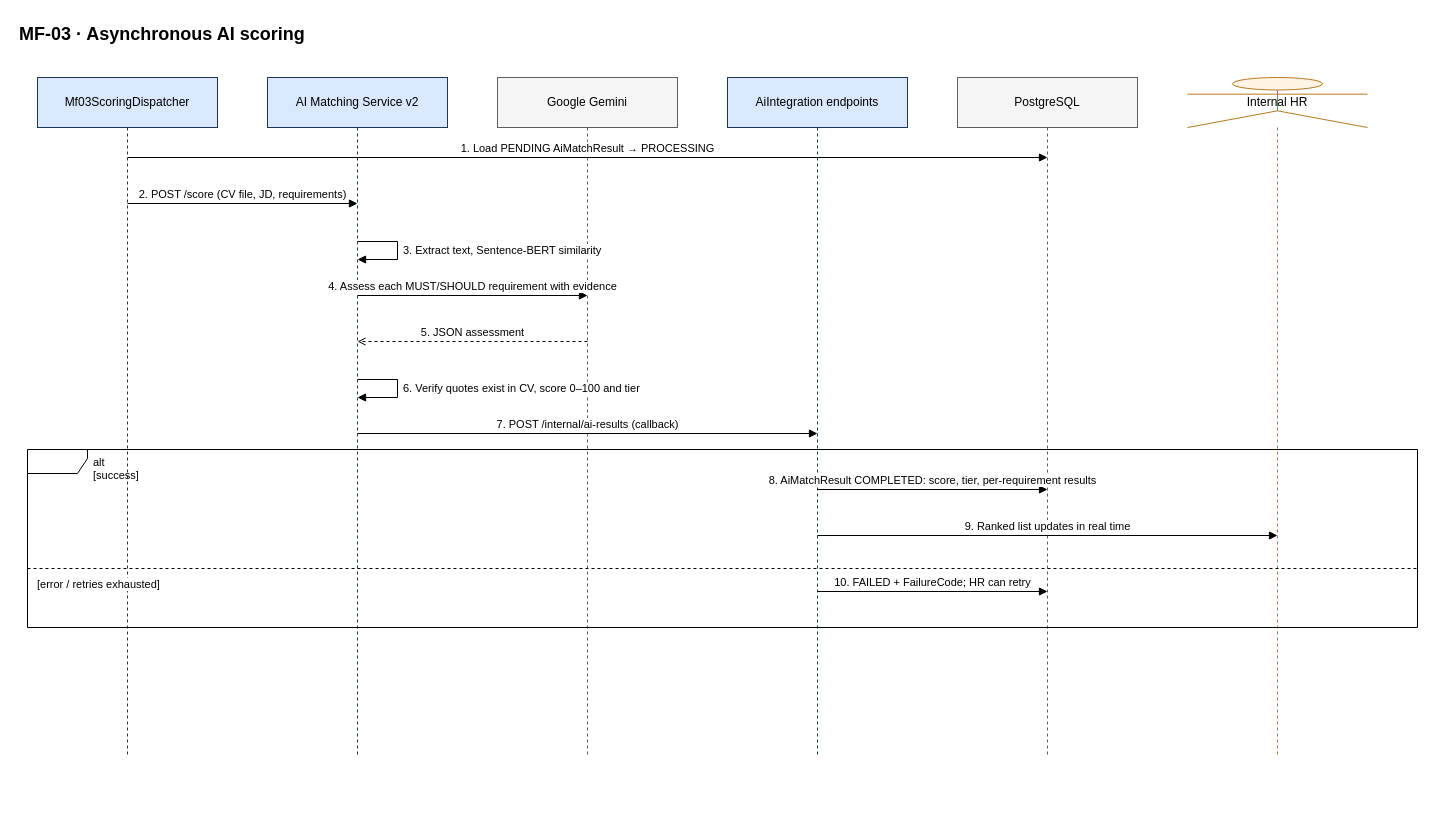
Before: docs/diagrams/sequences/source/seq-mf03-ai-scoring.drawio in hoangqui794/hr-connect, a draw.io diagram. Source tidied: cells renumbered, new cells numbered last; positions are measured from the earlier drawing's top-left corner, leaving out a move shared by most shapes. Both pictures are drawn from the tidied source at 100%, with x=0, y=0 at pixel (17, 17).
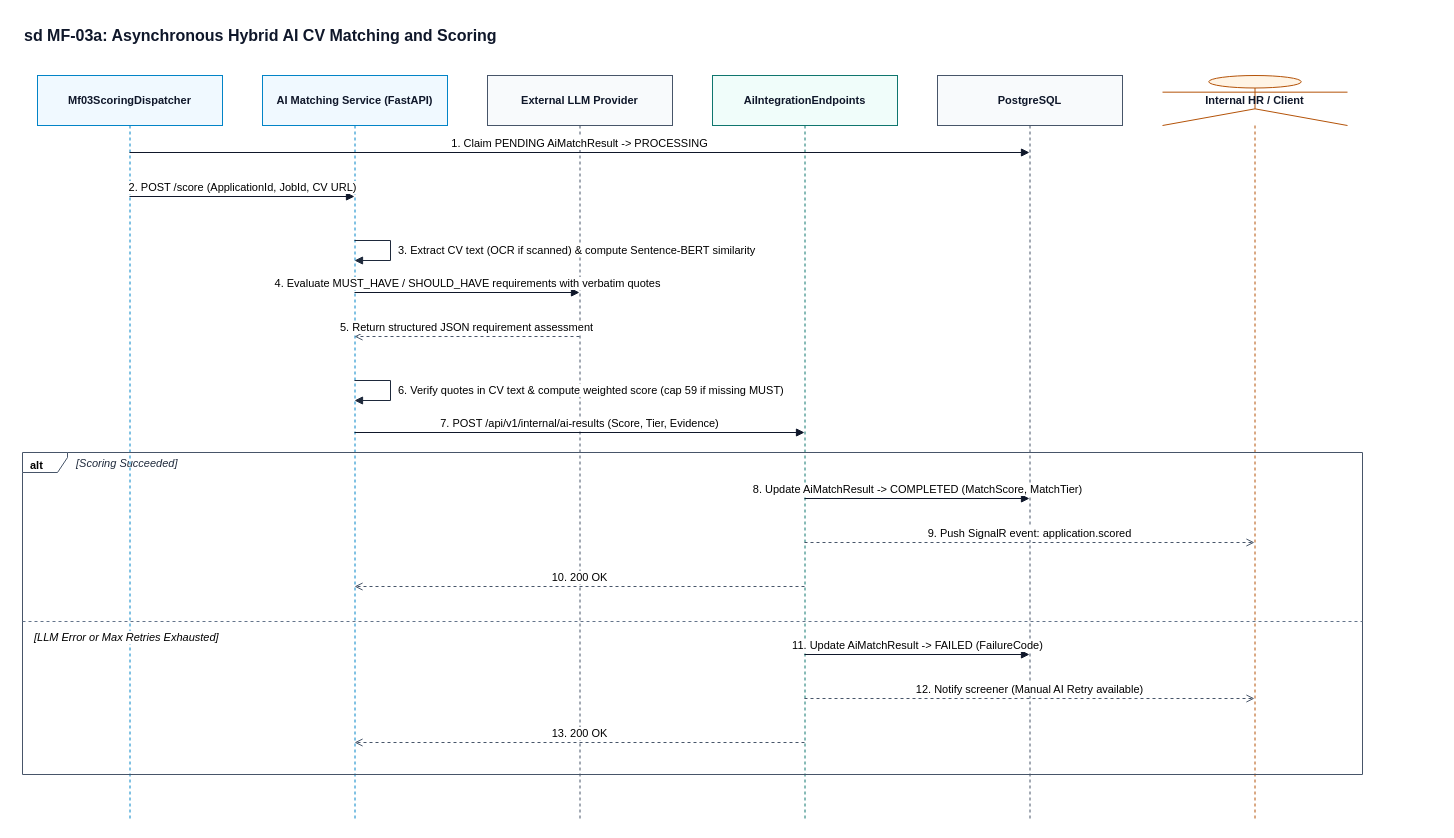
The same page after the edit.

What changed in the source:
```diff
@@
-    <mxCell id="2" value="MF-03 · Asynchronous AI scoring" style="text;html=1;fontSize=18;fontStyle=1;align=left;" parent="1" vertex="1">
-      <mxGeometry width="1420" height="30" as="geometry" />
+    <mxCell id="2" value="sd MF-03a: Asynchronous Hybrid AI CV Matching and Scoring" style="text;html=1;fontSize=16;fontStyle=1;align=left;fontFamily=Helvetica;fontColor=#0F172A;" parent="1" vertex="1">
+      <mxGeometry x="5" y="2" width="1350" height="28" as="geometry" />
     </mxCell>
-    <mxCell id="3" value="Mf03ScoringDispatcher" style="shape=umlLifeline;perimeter=lifelinePerimeter;whiteSpace=wrap;html=1;size=50;fillColor=#DAE8FC;strokeColor=#1B365D;" parent="1" vertex="1">
-      <mxGeometry x="20" y="60" width="180" height="678" as="geometry" />
+    <mxCell id="3" value="Mf03ScoringDispatcher" style="shape=umlLifeline;perimeter=lifelinePerimeter;whiteSpace=wrap;html=1;size=50;fillColor=#F0F9FF;strokeColor=#0284C7;fontStyle=1;fontSize=11;fontFamily=Helvetica;fontColor=#0F172A;" parent="1" vertex="1">
+      <mxGeometry x="20" y="58" width="185" height="745" as="geometry" />
     </mxCell>
-    <mxCell id="4" value="AI Matching Service v2" style="shape=umlLifeline;perimeter=lifelinePerimeter;whiteSpace=wrap;html=1;size=50;fillColor=#DAE8FC;strokeColor=#1B365D;" parent="1" vertex="1">
-      <mxGeometry x="250" y="60" width="180" height="678" as="geometry" />
+    <mxCell id="4" value="AI Matching Service (FastAPI)" style="shape=umlLifeline;perimeter=lifelinePerimeter;whiteSpace=wrap;html=1;size=50;fillColor=#F0F9FF;strokeColor=#0284C7;fontStyle=1;fontSize=11;fontFamily=Helvetica;fontColor=#0F172A;" parent="1" vertex="1">
+      <mxGeometry x="245" y="58" width="185" height="745" as="geometry" />
     </mxCell>
-    <mxCell id="5" value="Google Gemini" style="shape=umlLifeline;perimeter=lifelinePerimeter;whiteSpace=wrap;html=1;size=50;fillColor=#F5F5F5;strokeColor=#5F5E5A;" parent="1" vertex="1">
-      <mxGeometry x="480" y="60" width="180" height="678" as="geometry" />
+    <mxCell id="5" value="External LLM Provider" style="shape=umlLifeline;perimeter=lifelinePerimeter;whiteSpace=wrap;html=1;size=50;fillColor=#F8FAFC;strokeColor=#475569;fontStyle=1;fontSize=11;fontFamily=Helvetica;fontColor=#0F172A;" parent="1" vertex="1">
+      <mxGeometry x="470" y="58" width="185" height="745" as="geometry" />
     </mxCell>
-    <mxCell id="6" value="AiIntegration endpoints" style="shape=umlLifeline;perimeter=lifelinePerimeter;whiteSpace=wrap;html=1;size=50;fillColor=#DAE8FC;strokeColor=#1B365D;" parent="1" vertex="1">
-      <mxGeometry x="710" y="60" width="180" height="678" as="geometry" />
+    <mxCell id="6" value="AiIntegrationEndpoints" style="shape=umlLifeline;perimeter=lifelinePerimeter;whiteSpace=wrap;html=1;size=50;fillColor=#F0FDFA;strokeColor=#0F766E;fontStyle=1;fontSize=11;fontFamily=Helvetica;fontColor=#0F172A;" parent="1" vertex="1">
+      <mxGeometry x="695" y="58" width="185" height="745" as="geometry" />
     </mxCell>
-    <mxCell id="7" value="PostgreSQL" style="shape=umlLifeline;perimeter=lifelinePerimeter;whiteSpace=wrap;html=1;size=50;fillColor=#F5F5F5;strokeColor=#5F5E5A;" parent="1" vertex="1">
-      <mxGeometry x="940" y="60" width="180" height="678" as="geometry" />
+    <mxCell id="7" value="PostgreSQL" style="shape=umlLifeline;perimeter=lifelinePerimeter;whiteSpace=wrap;html=1;size=50;fillColor=#F8FAFC;strokeColor=#475569;fontStyle=1;fontSize=11;fontFamily=Helvetica;fontColor=#0F172A;" parent="1" vertex="1">
+      <mxGeometry x="920" y="58" width="185" height="745" as="geometry" />
     </mxCell>
-    <mxCell id="8" value="Internal HR" style="shape=umlLifeline;participant=umlActor;perimeter=lifelinePerimeter;whiteSpace=wrap;html=1;size=50;fillColor=#FFF4E5;strokeColor=#B7791F;" parent="1" vertex="1">
-      <mxGeometry x="1170" y="60" width="180" height="678" as="geometry" />
+    <mxCell id="8" value="Internal HR / Client" style="shape=umlLifeline;participant=umlActor;perimeter=lifelinePerimeter;whiteSpace=wrap;html=1;size=50;fillColor=#FFF4E5;strokeColor=#B45309;fontStyle=1;fontSize=11;fontFamily=Helvetica;fontColor=#0F172A;" parent="1" vertex="1">
+      <mxGeometry x="1145" y="58" width="185" height="745" as="geometry" />
     </mxCell>
-    <mxCell id="9" value="1. Load PENDING AiMatchResult → PROCESSING" style="html=1;verticalAlign=bottom;endArrow=block;endFill=1;fontSize=11;labelBackgroundColor=#FFFFFF;" parent="1" edge="1">
-      <mxGeometry relative="1" as="geometry">
-        <mxPoint x="110" y="140" as="sourcePoint" />
-        <mxPoint x="1030" y="140" as="targetPoint" />
-      </mxGeometry>
-    </mxCell>
-    <mxCell id="10" value="2. POST /score (CV file, JD, requirements)" style="html=1;verticalAlign=bottom;endArrow=block;endFill=1;fontSize=11;labelBackgroundColor=#FFFFFF;" parent="1" edge="1">
-      <mxGeometry relative="1" as="geometry">
-        <mxPoint x="110" y="186" as="sourcePoint" />
-        <mxPoint x="340" y="186" as="targetPoint" />
-      </mxGeometry>
-    </mxCell>
-    <mxCell id="11" value="3. Extract text, Sentence-BERT similarity" style="html=1;align=left;spacingLeft=4;endArrow=block;endFill=1;edgeStyle=orthogonalEdgeStyle;rounded=0;fontSize=11;" parent="1" edge="1">
-      <mxGeometry relative="1" as="geometry">
-        <mxPoint x="340" y="224" as="sourcePoint" />
-        <mxPoint x="340" y="242" as="targetPoint" />
-        <Array as="points">
-          <mxPoint x="380" y="224" />
-          <mxPoint x="380" y="242" />
-        </Array>
-      </mxGeometry>
-    </mxCell>
-    <mxCell id="12" value="4. Assess each MUST/SHOULD requirement with evidence" style="html=1;verticalAlign=bottom;endArrow=block;endFill=1;fontSize=11;labelBackgroundColor=#FFFFFF;" parent="1" edge="1">
-      <mxGeometry relative="1" as="geometry">
-        <mxPoint x="340" y="278" as="sourcePoint" />
-        <mxPoint x="570" y="278" as="targetPoint" />
-      </mxGeometry>
-    </mxCell>
-    <mxCell id="13" value="5. JSON assessment" style="html=1;verticalAlign=bottom;dashed=1;endArrow=open;fontSize=11;labelBackgroundColor=#FFFFFF;" parent="1" edge="1">
-      <mxGeometry relative="1" as="geometry">
-        <mxPoint x="570" y="324" as="sourcePoint" />
-        <mxPoint x="340" y="324" as="targetPoint" />
-      </mxGeometry>
-    </mxCell>
-    <mxCell id="14" value="6. Verify quotes exist in CV, score 0–100 and tier" style="html=1;align=left;spacingLeft=4;endArrow=block;endFill=1;edgeStyle=orthogonalEdgeStyle;rounded=0;fontSize=11;" parent="1" edge="1">
-      <mxGeometry relative="1" as="geometry">
-        <mxPoint x="340" y="362" as="sourcePoint" />
-        <mxPoint x="340" y="380" as="targetPoint" />
-        <Array as="points">
-          <mxPoint x="380" y="362" />
-          <mxPoint x="380" y="380" />
-        </Array>
-      </mxGeometry>
-    </mxCell>
-    <mxCell id="15" value="7. POST /internal/ai-results (callback)" style="html=1;verticalAlign=bottom;endArrow=block;endFill=1;fontSize=11;labelBackgroundColor=#FFFFFF;" parent="1" edge="1">
-      <mxGeometry relative="1" as="geometry">
-        <mxPoint x="340" y="416" as="sourcePoint" />
-        <mxPoint x="800" y="416" as="targetPoint" />
-      </mxGeometry>
-    </mxCell>
-    <mxCell id="16" value="8. AiMatchResult COMPLETED: score, tier, per-requirement results" style="html=1;verticalAlign=bottom;endArrow=block;endFill=1;fontSize=11;labelBackgroundColor=#FFFFFF;" parent="1" edge="1">
-      <mxGeometry relative="1" as="geometry">
-        <mxPoint x="800" y="472" as="sourcePoint" />
-        <mxPoint x="1030" y="472" as="targetPoint" />
-      </mxGeometry>
-    </mxCell>
-    <mxCell id="17" value="9. Ranked list updates in real time" style="html=1;verticalAlign=bottom;endArrow=block;endFill=1;fontSize=11;labelBackgroundColor=#FFFFFF;" parent="1" edge="1">
-      <mxGeometry relative="1" as="geometry">
-        <mxPoint x="800" y="518" as="sourcePoint" />
-        <mxPoint x="1260" y="518" as="targetPoint" />
-      </mxGeometry>
-    </mxCell>
-    <mxCell id="18" value="10. FAILED + FailureCode; HR can retry" style="html=1;verticalAlign=bottom;endArrow=block;endFill=1;fontSize=11;labelBackgroundColor=#FFFFFF;" parent="1" edge="1">
-      <mxGeometry relative="1" as="geometry">
-        <mxPoint x="800" y="574" as="sourcePoint" />
-        <mxPoint x="1030" y="574" as="targetPoint" />
-      </mxGeometry>
-    </mxCell>
-    <mxCell id="19" value="alt [success]" style="shape=umlFrame;whiteSpace=wrap;html=1;width=60;height=24;boundedLbl=1;verticalAlign=top;align=left;spacingLeft=64;fontSize=11;fillColor=none;" parent="1" vertex="1">
-      <mxGeometry x="10" y="432" width="1390" height="178" as="geometry" />
-    </mxCell>
-    <mxCell id="20" value="[error / retries exhausted]" style="line;strokeWidth=1;dashed=1;html=1;align=left;verticalAlign=top;spacingLeft=8;labelPosition=center;fontSize=11;fillColor=none;" parent="1" vertex="1">
-      <mxGeometry x="10" y="546" width="1390" height="10" as="geometry" />
-    </mxCell>
+    <mxCell id="21" value="alt" style="shape=umlFrame;whiteSpace=wrap;html=1;width=45;height=20;boundedLbl=1;verticalAlign=top;align=left;spacingLeft=6;fontStyle=1;fontSize=11;fontFamily=Helvetica;fillColor=none;strokeColor=#475569;" parent="1" vertex="1">
+      <mxGeometry x="5" y="435" width="1340" height="322" as="geometry" />
+    </mxCell>
+    <mxCell id="22" value="[Scoring Succeeded]" style="text;html=1;align=left;verticalAlign=middle;fontStyle=2;fontSize=11;fontFamily=Helvetica;fontColor=#1E293B;" parent="1" vertex="1">
+      <mxGeometry x="57" y="436" width="450" height="20" as="geometry" />
+    </mxCell>
+    <mxCell id="23" value="[LLM Error or Max Retries Exhausted]" style="line;strokeWidth=1;dashed=1;html=1;align=left;verticalAlign=top;spacingLeft=10;labelPosition=center;fontStyle=2;fontSize=11;fontFamily=Helvetica;fillColor=none;strokeColor=#64748B;labelBackgroundColor=#FFFFFF;" parent="1" vertex="1">
+      <mxGeometry x="5" y="599" width="1340" height="10" as="geometry" />
+    </mxCell>
+    <mxCell id="24" value="1. Claim PENDING AiMatchResult -&gt; PROCESSING" style="html=1;verticalAlign=bottom;endArrow=block;endFill=1;strokeColor=#0F172A;fontSize=11;fontFamily=Helvetica;labelBackgroundColor=#FFFFFF;" parent="1" edge="1">
+      <mxGeometry relative="1" as="geometry">
+        <mxPoint x="112" y="135" as="sourcePoint" />
+        <mxPoint x="1012" y="135" as="targetPoint" />
+      </mxGeometry>
+    </mxCell>
+    <mxCell id="25" value="2. POST /score (ApplicationId, JobId, CV URL)" style="html=1;verticalAlign=bottom;endArrow=block;endFill=1;strokeColor=#0F172A;fontSize=11;fontFamily=Helvetica;labelBackgroundColor=#FFFFFF;" parent="1" edge="1">
+      <mxGeometry relative="1" as="geometry">
+        <mxPoint x="112" y="179" as="sourcePoint" />
+        <mxPoint x="337" y="179" as="targetPoint" />
+      </mxGeometry>
+    </mxCell>
+    <mxCell id="26" value="3. Extract CV text (OCR if scanned) &amp; compute Sentence-BERT similarity" style="html=1;align=left;spacingLeft=6;endArrow=block;endFill=1;edgeStyle=orthogonalEdgeStyle;rounded=0;fontSize=11;fontFamily=Helvetica;strokeColor=#1E293B;labelBackgroundColor=#FFFFFF;" parent="1" edge="1">
+      <mxGeometry relative="1" as="geometry">
+        <mxPoint x="337" y="223" as="sourcePoint" />
+        <mxPoint x="337" y="243" as="targetPoint" />
+        <Array as="points">
+          <mxPoint x="373" y="223" />
+          <mxPoint x="373" y="243" />
+        </Array>
+      </mxGeometry>
+    </mxCell>
+    <mxCell id="27" value="4. Evaluate MUST_HAVE / SHOULD_HAVE requirements with verbatim quotes" style="html=1;verticalAlign=bottom;endArrow=block;endFill=1;strokeColor=#0F172A;fontSize=11;fontFamily=Helvetica;labelBackgroundColor=#FFFFFF;" parent="1" edge="1">
+      <mxGeometry relative="1" as="geometry">
+        <mxPoint x="337" y="275" as="sourcePoint" />
+        <mxPoint x="562" y="275" as="targetPoint" />
+      </mxGeometry>
+    </mxCell>
+    <mxCell id="28" value="5. Return structured JSON requirement assessment" style="html=1;verticalAlign=bottom;dashed=1;endArrow=open;endFill=0;strokeColor=#475569;fontSize=11;fontFamily=Helvetica;labelBackgroundColor=#FFFFFF;" parent="1" edge="1">
+      <mxGeometry relative="1" as="geometry">
+        <mxPoint x="562" y="319" as="sourcePoint" />
+        <mxPoint x="337" y="319" as="targetPoint" />
+      </mxGeometry>
+    </mxCell>
+    <mxCell id="29" value="6. Verify quotes in CV text &amp; compute weighted score (cap 59 if missing MUST)" style="html=1;align=left;spacingLeft=6;endArrow=block;endFill=1;edgeStyle=orthogonalEdgeStyle;rounded=0;fontSize=11;fontFamily=Helvetica;strokeColor=#1E293B;labelBackgroundColor=#FFFFFF;" parent="1" edge="1">
+      <mxGeometry relative="1" as="geometry">
+        <mxPoint x="337" y="363" as="sourcePoint" />
+        <mxPoint x="337" y="383" as="targetPoint" />
+        <Array as="points">
+          <mxPoint x="373" y="363" />
+          <mxPoint x="373" y="383" />
+        </Array>
+      </mxGeometry>
+    </mxCell>
+    <mxCell id="30" value="7. POST /api/v1/internal/ai-results (Score, Tier, Evidence)" style="html=1;verticalAlign=bottom;endArrow=block;endFill=1;strokeColor=#0F172A;fontSize=11;fontFamily=Helvetica;labelBackgroundColor=#FFFFFF;" parent="1" edge="1">
+      <mxGeometry relative="1" as="geometry">
+        <mxPoint x="337" y="415" as="sourcePoint" />
+        <mxPoint x="787" y="415" as="targetPoint" />
+      </mxGeometry>
+    </mxCell>
+    <mxCell id="31" value="8. Update AiMatchResult -&gt; COMPLETED (MatchScore, MatchTier)" style="html=1;verticalAlign=bottom;endArrow=block;endFill=1;strokeColor=#0F172A;fontSize=11;fontFamily=Helvetica;labelBackgroundColor=#FFFFFF;" parent="1" edge="1">
+      <mxGeometry relative="1" as="geometry">
+        <mxPoint x="787" y="481" as="sourcePoint" />
+        <mxPoint x="1012" y="481" as="targetPoint" />
+      </mxGeometry>
+    </mxCell>
+    <mxCell id="32" value="9. Push SignalR event: application.scored" style="html=1;verticalAlign=bottom;dashed=1;endArrow=open;endFill=0;strokeColor=#475569;fontSize=11;fontFamily=Helvetica;labelBackgroundColor=#FFFFFF;" parent="1" edge="1">
+      <mxGeometry relative="1" as="geometry">
+        <mxPoint x="787" y="525" as="sourcePoint" />
+        <mxPoint x="1237" y="525" as="targetPoint" />
+      </mxGeometry>
+    </mxCell>
+    <mxCell id="33" value="10. 200 OK" style="html=1;verticalAlign=bottom;dashed=1;endArrow=open;endFill=0;strokeColor=#475569;fontSize=11;fontFamily=Helvetica;labelBackgroundColor=#FFFFFF;" parent="1" edge="1">
+      <mxGeometry relative="1" as="geometry">
+        <mxPoint x="787" y="569" as="sourcePoint" />
+        <mxPoint x="337" y="569" as="targetPoint" />
+      </mxGeometry>
+    </mxCell>
+    <mxCell id="34" value="11. Update AiMatchResult -&gt; FAILED (FailureCode)" style="html=1;verticalAlign=bottom;endArrow=block;endFill=1;strokeColor=#0F172A;fontSize=11;fontFamily=Helvetica;labelBackgroundColor=#FFFFFF;" parent="1" edge="1">
+      <mxGeometry relative="1" as="geometry">
+        <mxPoint x="787" y="637" as="sourcePoint" />
+        <mxPoint x="1012" y="637" as="targetPoint" />
+      </mxGeometry>
+    </mxCell>
+    <mxCell id="35" value="12. Notify screener (Manual AI Retry available)" style="html=1;verticalAlign=bottom;dashed=1;endArrow=open;endFill=0;strokeColor=#475569;fontSize=11;fontFamily=Helvetica;labelBackgroundColor=#FFFFFF;" parent="1" edge="1">
+      <mxGeometry relative="1" as="geometry">
+        <mxPoint x="787" y="681" as="sourcePoint" />
+        <mxPoint x="1237" y="681" as="targetPoint" />
+      </mxGeometry>
+    </mxCell>
+    <mxCell id="36" value="13. 200 OK" style="html=1;verticalAlign=bottom;dashed=1;endArrow=open;endFill=0;strokeColor=#475569;fontSize=11;fontFamily=Helvetica;labelBackgroundColor=#FFFFFF;" parent="1" edge="1">
+      <mxGeometry relative="1" as="geometry">
+        <mxPoint x="787" y="725" as="sourcePoint" />
+        <mxPoint x="337" y="725" as="targetPoint" />
+      </mxGeometry>
+    </mxCell>
```
